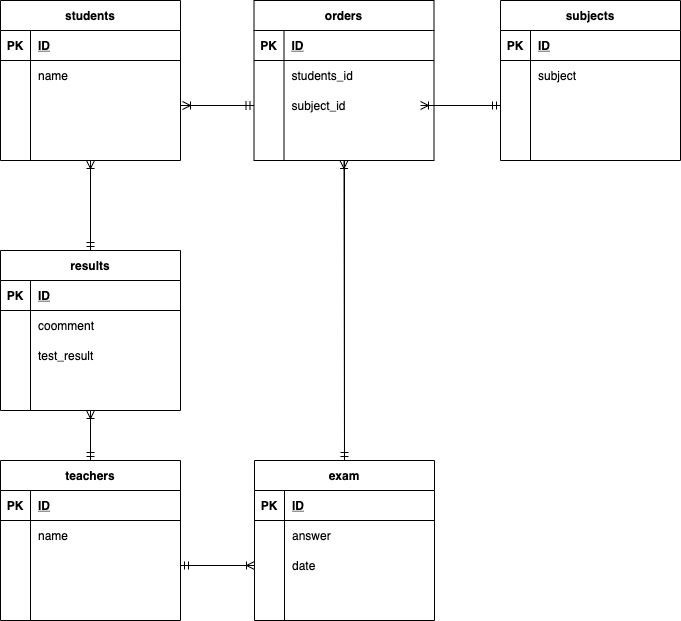
Earlier version of the draw.io export index.drawio.png (sakakurahayato/2021-11-17). Source tidied: cells renumbered, new cells last; positions are measured from the earlier drawing's top-left corner, leaving out a move shared by most shapes.
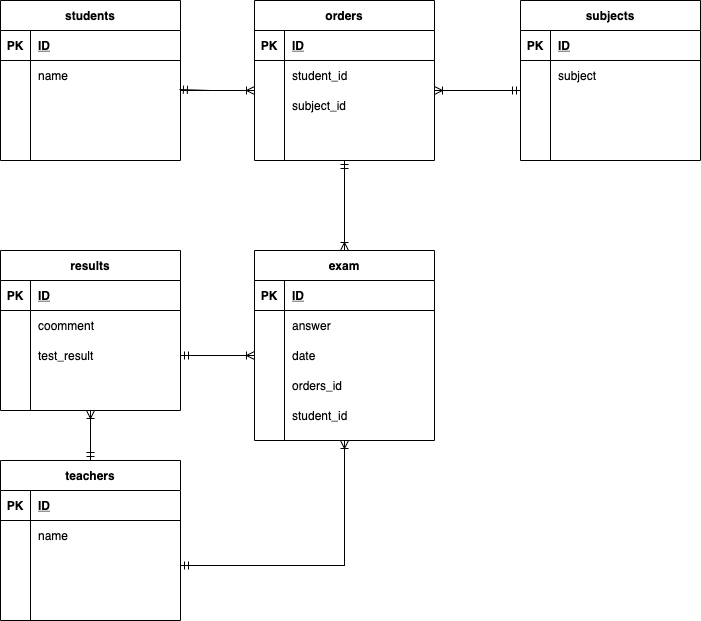
Above is the later version.

Change to the diagram source:
```diff
@@ -2,9 +2,6 @@
   <root>
     <mxCell id="0" />
     <mxCell id="1" parent="0" />
-    <mxCell id="2" style="edgeStyle=orthogonalEdgeStyle;rounded=0;jettySize=auto;html=1;endArrow=ERmandOne;endFill=0;entryX=0.5;entryY=0;entryDx=0;entryDy=0;" parent="1" edge="1" source="3" target="17">
-      <mxGeometry relative="1" as="geometry" />
-    </mxCell>
     <mxCell id="3" value="students" style="shape=table;startSize=30;rowLines=0;fontStyle=1;align=center;" parent="1" vertex="1">
       <mxGeometry width="180" height="160" as="geometry" />
     </mxCell>
@@ -44,9 +41,6 @@
     <mxCell id="15" style="shape=partialRectangle;fillColor=none;top=0;left=0;bottom=0;right=0;align=left;spacingLeft=6;overflow=hidden;" parent="13" vertex="1">
       <mxGeometry x="30" width="150" height="30" as="geometry" />
     </mxCell>
-    <mxCell id="16" style="edgeStyle=orthogonalEdgeStyle;rounded=0;jettySize=auto;html=1;entryX=0.5;entryY=1;entryDx=0;entryDy=0;endArrow=ERoneToMany;endFill=0;" parent="1" edge="1" source="17" target="3">
-      <mxGeometry relative="1" as="geometry" />
-    </mxCell>
     <mxCell id="17" value="results" style="shape=table;startSize=30;rowLines=0;fontStyle=1;align=center;" parent="1" vertex="1">
       <mxGeometry y="250" width="180" height="160" as="geometry" />
     </mxCell>
@@ -86,8 +80,13 @@
     <mxCell id="29" style="shape=partialRectangle;fillColor=none;top=0;left=0;bottom=0;right=0;align=left;spacingLeft=6;overflow=hidden;" parent="27" vertex="1">
       <mxGeometry x="30" width="150" height="30" as="geometry" />
     </mxCell>
+    <mxCell id="92" style="edgeStyle=orthogonalEdgeStyle;html=1;exitX=0.5;exitY=1;exitDx=0;exitDy=0;endArrow=ERoneToMany;endFill=0;" parent="1" edge="1" source="30">
+      <mxGeometry relative="1" as="geometry">
+        <mxPoint x="344" y="440" as="targetPoint" />
+      </mxGeometry>
+    </mxCell>
     <mxCell id="30" value="exam" style="shape=table;startSize=30;rowLines=0;fontStyle=1;align=center;" parent="1" vertex="1">
-      <mxGeometry x="254" y="460" width="180" height="160" as="geometry" />
+      <mxGeometry x="254" y="250" width="180" height="190" as="geometry" />
     </mxCell>
     <mxCell id="31" style="shape=partialRectangle;fillColor=none;top=0;left=0;bottom=1;right=0;" parent="30" vertex="1">
       <mxGeometry y="30" width="180" height="30" as="geometry" />
@@ -122,11 +121,11 @@
     <mxCell id="41" style="shape=partialRectangle;fillColor=none;top=0;left=0;bottom=0;right=0;overflow=hidden;" parent="40" vertex="1">
       <mxGeometry width="30" height="30" as="geometry" />
     </mxCell>
-    <mxCell id="42" style="shape=partialRectangle;fillColor=none;top=0;left=0;bottom=0;right=0;align=left;spacingLeft=6;overflow=hidden;" parent="40" vertex="1">
+    <mxCell id="42" value="orders_id" style="shape=partialRectangle;fillColor=none;top=0;left=0;bottom=0;right=0;align=left;spacingLeft=6;overflow=hidden;" parent="40" vertex="1">
       <mxGeometry x="30" width="150" height="30" as="geometry" />
     </mxCell>
     <mxCell id="43" value="orders" style="shape=table;startSize=30;rowLines=0;fontStyle=1;align=center;" parent="1" vertex="1">
-      <mxGeometry x="253.5" width="180" height="160" as="geometry" />
+      <mxGeometry x="254" width="180" height="160" as="geometry" />
     </mxCell>
     <mxCell id="44" style="shape=partialRectangle;fillColor=none;top=0;left=0;bottom=1;right=0;" parent="43" vertex="1">
       <mxGeometry y="30" width="180" height="30" as="geometry" />
@@ -143,7 +142,7 @@
     <mxCell id="48" style="shape=partialRectangle;fillColor=none;top=0;left=0;bottom=0;right=0;overflow=hidden;" parent="47" vertex="1">
       <mxGeometry width="30" height="30" as="geometry" />
     </mxCell>
-    <mxCell id="49" value="students_id" style="shape=partialRectangle;fillColor=none;top=0;left=0;bottom=0;right=0;align=left;spacingLeft=6;overflow=hidden;" parent="47" vertex="1">
+    <mxCell id="49" value="student_id" style="shape=partialRectangle;fillColor=none;top=0;left=0;bottom=0;right=0;align=left;spacingLeft=6;overflow=hidden;" parent="47" vertex="1">
       <mxGeometry x="30" width="150" height="30" as="geometry" />
     </mxCell>
     <mxCell id="50" style="shape=partialRectangle;fillColor=none;top=0;left=0;bottom=0;right=0;points=[[0,0.5],[1,0.5]];portConstraint=eastwest;" parent="43" vertex="1">
@@ -164,8 +163,13 @@
     <mxCell id="55" style="shape=partialRectangle;fillColor=none;top=0;left=0;bottom=0;right=0;align=left;spacingLeft=6;overflow=hidden;" parent="53" vertex="1">
       <mxGeometry x="30" width="150" height="30" as="geometry" />
     </mxCell>
-    <mxCell id="56" style="edgeStyle=orthogonalEdgeStyle;rounded=0;jettySize=auto;html=1;entryX=0;entryY=0.5;entryDx=0;entryDy=0;endArrow=ERmandOne;endFill=0;" parent="1" edge="1" source="10" target="50">
-      <mxGeometry relative="1" as="geometry" />
+    <mxCell id="56" style="edgeStyle=orthogonalEdgeStyle;rounded=0;jettySize=auto;html=1;endArrow=ERoneToMany;endFill=0;" parent="1" edge="1" source="10">
+      <mxGeometry relative="1" as="geometry">
+        <mxPoint x="254" y="90" as="targetPoint" />
+        <Array as="points">
+          <mxPoint x="254" y="90" />
+        </Array>
+      </mxGeometry>
     </mxCell>
     <mxCell id="57" value="teachers" style="shape=table;startSize=30;rowLines=0;fontStyle=1;align=center;" parent="1" vertex="1">
       <mxGeometry y="460" width="180" height="160" as="geometry" />
@@ -207,7 +211,7 @@
       <mxGeometry x="30" width="150" height="30" as="geometry" />
     </mxCell>
     <mxCell id="70" value="subjects" style="shape=table;startSize=30;rowLines=0;fontStyle=1;align=center;" parent="1" vertex="1">
-      <mxGeometry x="500" width="180" height="160" as="geometry" />
+      <mxGeometry x="520" width="180" height="160" as="geometry" />
     </mxCell>
     <mxCell id="71" style="shape=partialRectangle;fillColor=none;top=0;left=0;bottom=1;right=0;" parent="70" vertex="1">
       <mxGeometry y="30" width="180" height="30" as="geometry" />
@@ -245,11 +249,12 @@
     <mxCell id="82" style="shape=partialRectangle;fillColor=none;top=0;left=0;bottom=0;right=0;align=left;spacingLeft=6;overflow=hidden;" parent="80" vertex="1">
       <mxGeometry x="30" width="150" height="30" as="geometry" />
     </mxCell>
-    <mxCell id="83" style="edgeStyle=orthogonalEdgeStyle;rounded=0;jettySize=auto;html=1;exitX=1;exitY=0.5;exitDx=0;exitDy=0;entryX=0;entryY=0.5;entryDx=0;entryDy=0;endArrow=ERmandOne;endFill=0;" parent="1" edge="1" source="50" target="77">
+    <mxCell id="83" style="edgeStyle=orthogonalEdgeStyle;rounded=0;jettySize=auto;html=1;endArrow=ERmandOne;endFill=0;exitX=1;exitY=0.5;exitDx=0;exitDy=0;" parent="1" edge="1" source="50">
       <mxGeometry relative="1" as="geometry">
+        <mxPoint x="520" y="90" as="targetPoint" />
         <Array as="points">
-          <mxPoint x="430" y="105" />
-          <mxPoint x="430" y="105" />
+          <mxPoint x="434" y="90" />
+          <mxPoint x="520" y="90" />
         </Array>
       </mxGeometry>
     </mxCell>
@@ -268,30 +273,47 @@
         </Array>
       </mxGeometry>
     </mxCell>
-    <mxCell id="86" style="endArrow=ERoneToMany;html=1;rounded=0;entryX=0;entryY=0.5;entryDx=0;entryDy=0;exitX=1;exitY=0.5;exitDx=0;exitDy=0;endFill=0;" parent="1" edge="1" source="64" target="37">
-      <mxGeometry relative="1" as="geometry" />
+    <mxCell id="86" style="endArrow=ERoneToMany;html=1;rounded=0;exitX=1;exitY=0.5;exitDx=0;exitDy=0;endFill=0;edgeStyle=orthogonalEdgeStyle;" parent="1" edge="1" source="64">
+      <mxGeometry relative="1" as="geometry">
+        <mxPoint x="344" y="440" as="targetPoint" />
+      </mxGeometry>
     </mxCell>
-    <mxCell id="87" style="endArrow=ERmandOne;html=1;rounded=0;entryX=1;entryY=0.5;entryDx=0;entryDy=0;endFill=0;exitX=0;exitY=0.5;exitDx=0;exitDy=0;" parent="1" edge="1" source="37" target="64">
-      <mxGeometry relative="1" as="geometry" />
+    <mxCell id="87" style="endArrow=ERmandOne;html=1;rounded=0;entryX=1;entryY=0.5;entryDx=0;entryDy=0;endFill=0;edgeStyle=orthogonalEdgeStyle;" parent="1" edge="1" target="64">
+      <mxGeometry relative="1" as="geometry">
+        <mxPoint x="344" y="450" as="sourcePoint" />
+      </mxGeometry>
     </mxCell>
-    <mxCell id="88" style="endArrow=ERoneToMany;html=1;rounded=0;endFill=0;exitX=0;exitY=0.5;exitDx=0;exitDy=0;" parent="1" edge="1" source="50">
+    <mxCell id="88" style="endArrow=ERmandOne;html=1;rounded=0;endFill=0;entryX=0.994;entryY=-0.033;entryDx=0;entryDy=0;entryPerimeter=0;" parent="1" edge="1" target="10">
       <mxGeometry relative="1" as="geometry">
-        <mxPoint x="182" y="105" as="targetPoint" />
+        <mxPoint x="248" y="90" as="sourcePoint" />
+        <Array as="points">
+          <mxPoint x="210" y="90" />
+        </Array>
       </mxGeometry>
     </mxCell>
-    <mxCell id="89" style="endArrow=ERoneToMany;html=1;rounded=0;endFill=0;" parent="1" edge="1">
+    <mxCell id="89" style="endArrow=ERoneToMany;html=1;rounded=0;endFill=0;exitX=-0.022;exitY=0;exitDx=0;exitDy=0;exitPerimeter=0;" parent="1" edge="1" source="77">
       <mxGeometry relative="1" as="geometry">
-        <mxPoint x="500" y="105" as="sourcePoint" />
-        <mxPoint x="420" y="105" as="targetPoint" />
+        <mxPoint x="434" y="90" as="targetPoint" />
       </mxGeometry>
     </mxCell>
-    <mxCell id="90" style="endArrow=ERmandOne;html=1;rounded=0;entryX=0.5;entryY=0;entryDx=0;entryDy=0;endFill=0;" parent="1" edge="1" target="30">
+    <mxCell id="90" style="endArrow=ERoneToMany;html=1;rounded=0;entryX=0.5;entryY=0;entryDx=0;entryDy=0;endFill=0;" parent="1" edge="1" target="30">
       <mxGeometry relative="1" as="geometry">
         <mxPoint x="344" y="160" as="sourcePoint" />
       </mxGeometry>
     </mxCell>
-    <mxCell id="91" style="endArrow=ERoneToMany;html=1;rounded=0;exitX=0.5;exitY=0;exitDx=0;exitDy=0;endFill=0;entryX=0.5;entryY=1;entryDx=0;entryDy=0;" parent="1" edge="1" source="30" target="43">
+    <mxCell id="91" style="endArrow=ERmandOne;html=1;rounded=0;exitX=0.5;exitY=0;exitDx=0;exitDy=0;endFill=0;entryX=0.5;entryY=1;entryDx=0;entryDy=0;" parent="1" edge="1" source="30" target="43">
       <mxGeometry relative="1" as="geometry" />
     </mxCell>
+    <mxCell id="93" style="endArrow=ERmandOne;html=1;rounded=0;entryX=1;entryY=0.5;entryDx=0;entryDy=0;exitX=0;exitY=0.5;exitDx=0;exitDy=0;endFill=0;" parent="1" edge="1" source="37" target="24">
+      <mxGeometry relative="1" as="geometry" />
+    </mxCell>
+    <mxCell id="94" style="endArrow=ERoneToMany;html=1;rounded=0;entryX=0;entryY=0.5;entryDx=0;entryDy=0;endFill=0;" parent="1" edge="1" target="37">
+      <mxGeometry relative="1" as="geometry">
+        <mxPoint x="180" y="355" as="sourcePoint" />
+      </mxGeometry>
+    </mxCell>
+    <mxCell id="95" value="student_id" style="shape=partialRectangle;fillColor=none;top=0;left=0;bottom=0;right=0;align=left;spacingLeft=6;overflow=hidden;" parent="1" vertex="1">
+      <mxGeometry x="284" y="400" width="150" height="30" as="geometry" />
+    </mxCell>
   </root>
 </mxGraphModel>
```
